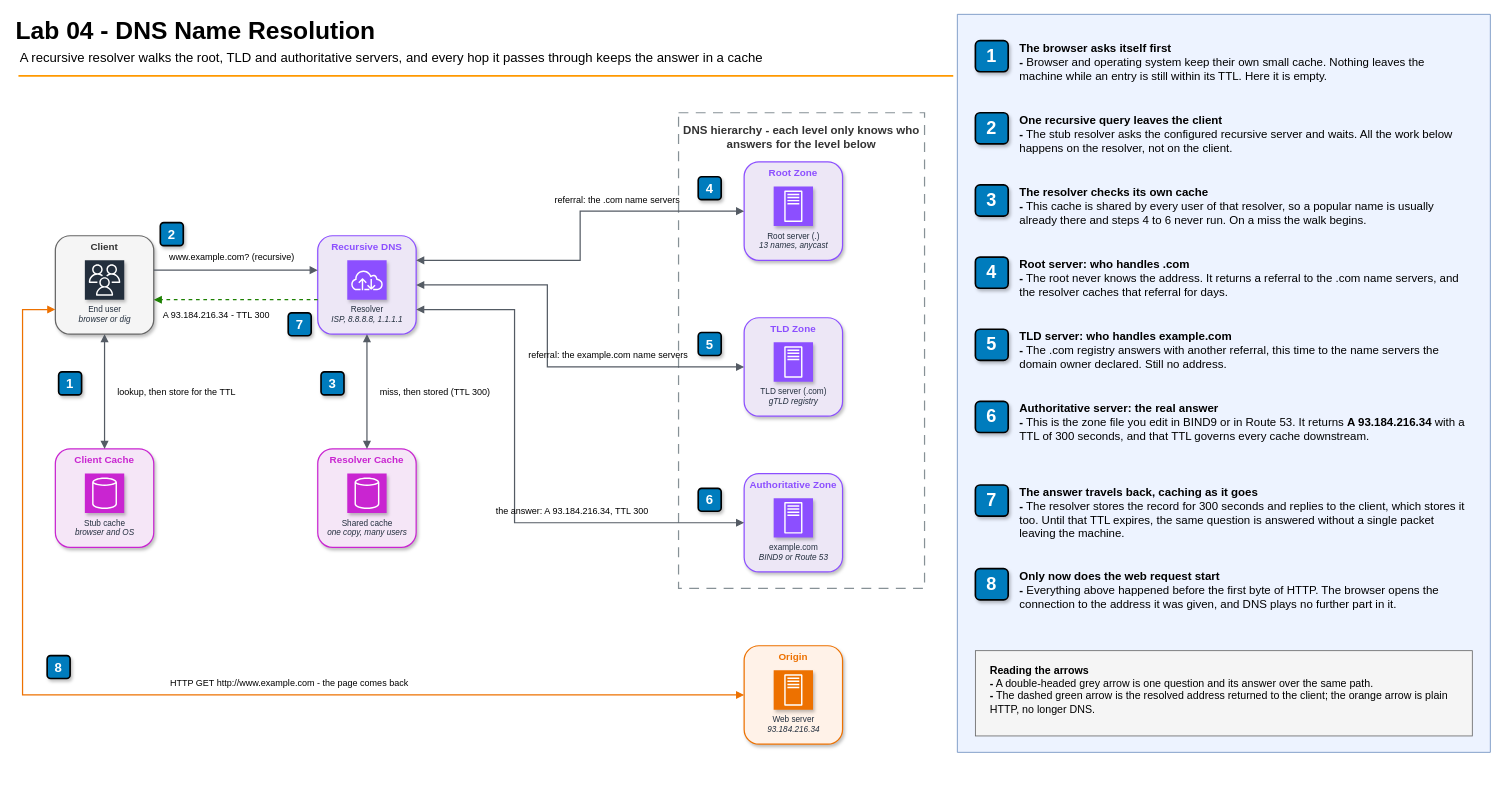
This is 04-dns-dig-bind9/diagrams/lab04-dns-resolution-flow.drawio from gamaware/system-design-course, a draw.io file, before an edit. Source tidied: cells renumbered, new cells numbered last; positions are measured from the earlier drawing's top-left corner, leaving out a move shared by most shapes. Both pictures are drawn from the tidied source at 82%, with x=0, y=0 at pixel (14, 14).
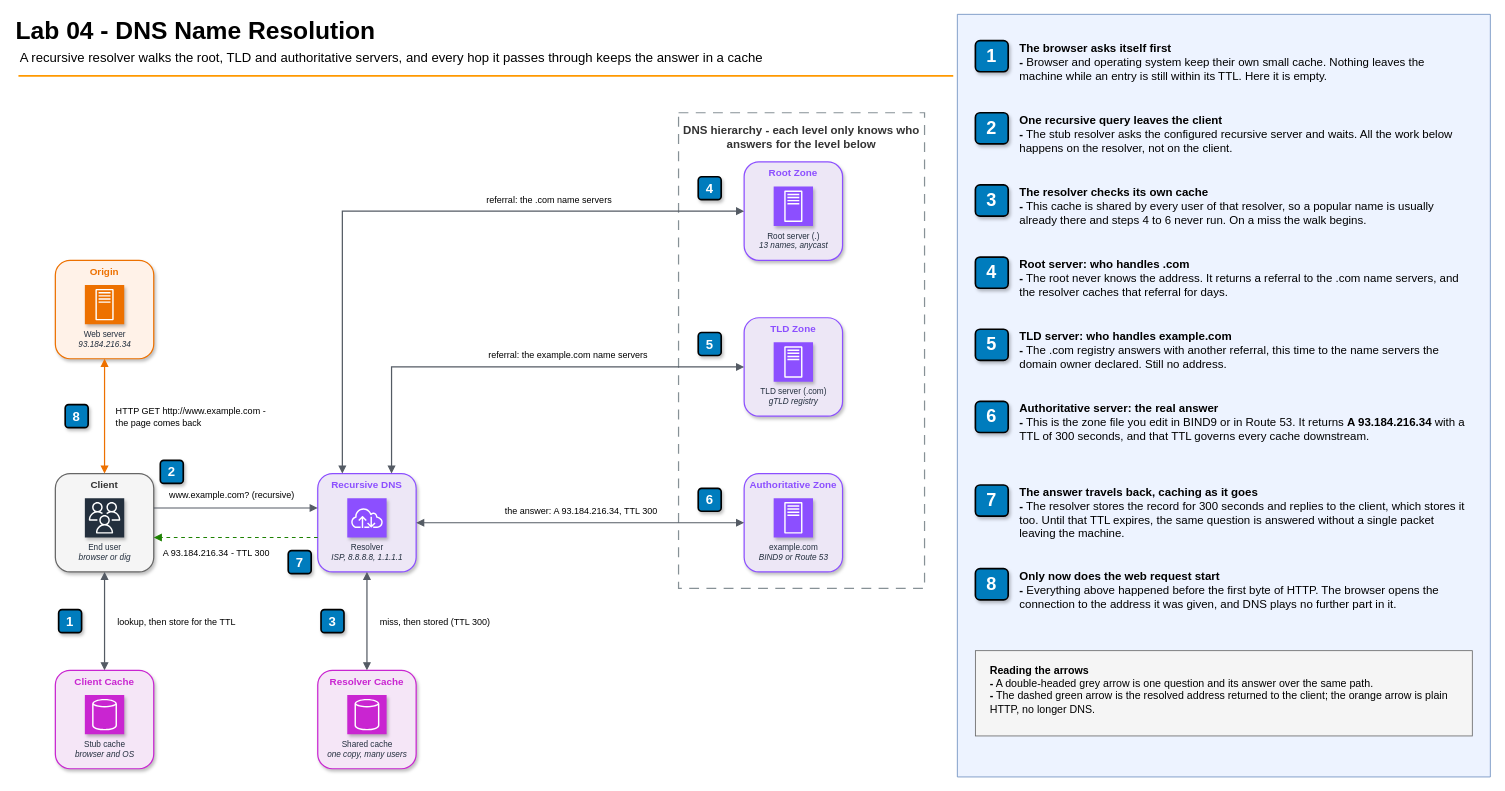
After the change.

Unchanged cells that the change refers to:
```xml
<mxCell id="15" value="Root Zone" style="rounded=1;html=1;whiteSpace=wrap;fillColor=#EDE7F6;strokeColor=#8C4FFF;verticalAlign=top;align=center;fontStyle=1;fontSize=12;fontColor=#8C4FFF;shadow=1;strokeWidth=1.5;fontFamily=Helvetica;" parent="1" vertex="1">
  <mxGeometry x="890" y="180" width="120" height="120" as="geometry" />
</mxCell>
<mxCell id="17" value="TLD Zone" style="rounded=1;html=1;whiteSpace=wrap;fillColor=#EDE7F6;strokeColor=#8C4FFF;verticalAlign=top;align=center;fontStyle=1;fontSize=12;fontColor=#8C4FFF;shadow=1;strokeWidth=1.5;fontFamily=Helvetica;" parent="1" vertex="1">
  <mxGeometry x="890" y="370" width="120" height="120" as="geometry" />
</mxCell>
<mxCell id="19" value="Authoritative Zone" style="rounded=1;html=1;whiteSpace=wrap;fillColor=#EDE7F6;strokeColor=#8C4FFF;verticalAlign=top;align=center;fontStyle=1;fontSize=12;fontColor=#8C4FFF;shadow=1;strokeWidth=1.5;fontFamily=Helvetica;" parent="1" vertex="1">
  <mxGeometry x="890" y="560" width="120" height="120" as="geometry" />
</mxCell>
```

Diff of the diagram source:
```diff
@@
     <mxCell id="7" value="Client" style="rounded=1;html=1;whiteSpace=wrap;fillColor=#f5f5f5;strokeColor=light-dark(#666666,#D4D4D4);verticalAlign=top;align=center;fontStyle=1;fontSize=12;fontColor=#333333;shadow=1;strokeWidth=1.5;fontFamily=Helvetica;" parent="1" vertex="1">
-      <mxGeometry x="50" y="270" width="120" height="120" as="geometry" />
+      <mxGeometry x="50" y="560" width="120" height="120" as="geometry" />
     </mxCell>
@@
     <mxCell id="9" value="Client Cache" style="rounded=1;html=1;whiteSpace=wrap;fillColor=#F5E6F7;strokeColor=#C925D1;verticalAlign=top;align=center;fontStyle=1;fontSize=12;fontColor=#C925D1;shadow=1;strokeWidth=1.5;fontFamily=Helvetica;" parent="1" vertex="1">
-      <mxGeometry x="50" y="530" width="120" height="120" as="geometry" />
+      <mxGeometry x="50" y="800" width="120" height="120" as="geometry" />
     </mxCell>
@@
     <mxCell id="11" value="Recursive DNS" style="rounded=1;html=1;whiteSpace=wrap;fillColor=#EDE7F6;strokeColor=#8C4FFF;verticalAlign=top;align=center;fontStyle=1;fontSize=12;fontColor=#8C4FFF;shadow=1;strokeWidth=1.5;fontFamily=Helvetica;" parent="1" vertex="1">
-      <mxGeometry x="370" y="270" width="120" height="120" as="geometry" />
+      <mxGeometry x="370" y="560" width="120" height="120" as="geometry" />
     </mxCell>
@@
     <mxCell id="13" value="Resolver Cache" style="rounded=1;html=1;whiteSpace=wrap;fillColor=#F5E6F7;strokeColor=#C925D1;verticalAlign=top;align=center;fontStyle=1;fontSize=12;fontColor=#C925D1;shadow=1;strokeWidth=1.5;fontFamily=Helvetica;" parent="1" vertex="1">
-      <mxGeometry x="370" y="530" width="120" height="120" as="geometry" />
+      <mxGeometry x="370" y="800" width="120" height="120" as="geometry" />
     </mxCell>
@@
     <mxCell id="21" value="Origin" style="rounded=1;html=1;whiteSpace=wrap;fillColor=#FFF2E8;strokeColor=#ED7100;verticalAlign=top;align=center;fontStyle=1;fontSize=12;fontColor=#ED7100;shadow=1;strokeWidth=1.5;fontFamily=Helvetica;" parent="1" vertex="1">
-      <mxGeometry x="890" y="770" width="120" height="120" as="geometry" />
+      <mxGeometry x="50" y="300" width="120" height="120" as="geometry" />
     </mxCell>
@@
-    <mxCell id="23" style="edgeStyle=orthogonalEdgeStyle;html=1;rounded=0;endArrow=block;endFill=1;startArrow=block;startFill=1;strokeColor=#545B64;strokeWidth=1.5;exitX=0.5;exitY=1;exitDx=0;exitDy=0;entryX=0.5;entryY=0;entryDx=0;entryDy=0;fontFamily=Helvetica;" parent="1" edge="1" source="7" target="9">
+    <mxCell id="23" style="edgeStyle=orthogonalEdgeStyle;rounded=0;jettySize=auto;html=1;strokeColor=#545B64;strokeWidth=1.5;endArrow=block;endFill=1;fontFamily=Helvetica;fontSize=11;jumpStyle=arc;jumpSize=10;labelBackgroundColor=default;startArrow=block;startFill=1;exitX=0.5;exitY=1;exitDx=0;exitDy=0;entryX=0.5;entryY=0;entryDx=0;entryDy=0;" parent="1" edge="1" source="7" target="9">
       <mxGeometry relative="1" as="geometry" />
     </mxCell>
-    <mxCell id="24" value="lookup, then store for the TTL" style="edgeLabel;html=1;align=left;verticalAlign=middle;labelBackgroundColor=none;fontSize=11;fontFamily=Helvetica;" parent="23" vertex="1">
+    <mxCell id="24" value="lookup, then store for the TTL" style="edgeLabel;html=1;align=left;verticalAlign=middle;labelBackgroundColor=default;fontSize=11;fontFamily=Helvetica;" parent="23" vertex="1">
       <mxGeometry relative="1" as="geometry">
         <mxPoint x="14" as="offset" />
       </mxGeometry>
     </mxCell>
-    <mxCell id="25" style="edgeStyle=orthogonalEdgeStyle;html=1;rounded=0;endArrow=block;endFill=1;startArrow=none;strokeColor=#545B64;strokeWidth=1.5;exitX=1;exitY=0.35;exitDx=0;exitDy=0;entryX=0;entryY=0.35;entryDx=0;entryDy=0;fontFamily=Helvetica;" parent="1" edge="1" source="7" target="11">
+    <mxCell id="25" style="edgeStyle=orthogonalEdgeStyle;rounded=0;jettySize=auto;html=1;strokeColor=#545B64;strokeWidth=1.5;endArrow=block;endFill=1;fontFamily=Helvetica;fontSize=11;jumpStyle=arc;jumpSize=10;labelBackgroundColor=default;startArrow=none;exitX=1;exitY=0.35;exitDx=0;exitDy=0;entryX=0;entryY=0.35;entryDx=0;entryDy=0;" parent="1" edge="1" source="7" target="11">
       <mxGeometry relative="1" as="geometry" />
     </mxCell>
-    <mxCell id="26" value="www.example.com? (recursive)" style="edgeLabel;html=1;align=center;verticalAlign=bottom;labelBackgroundColor=none;fontSize=11;fontFamily=Helvetica;" parent="25" vertex="1">
+    <mxCell id="26" value="www.example.com? (recursive)" style="edgeLabel;html=1;align=center;verticalAlign=bottom;labelBackgroundColor=default;fontSize=11;fontFamily=Helvetica;" parent="25" vertex="1">
       <mxGeometry relative="1" as="geometry">
         <mxPoint x="-6" y="-8" as="offset" />
       </mxGeometry>
     </mxCell>
-    <mxCell id="27" style="edgeStyle=orthogonalEdgeStyle;html=1;rounded=0;endArrow=block;endFill=1;startArrow=none;strokeColor=#1D8102;strokeWidth=1.5;dashed=1;exitX=0;exitY=0.65;exitDx=0;exitDy=0;entryX=1;entryY=0.65;entryDx=0;entryDy=0;fontFamily=Helvetica;" parent="1" edge="1" source="11" target="7">
+    <mxCell id="27" style="edgeStyle=orthogonalEdgeStyle;rounded=0;jettySize=auto;html=1;strokeColor=#1D8102;strokeWidth=1.5;endArrow=block;endFill=1;fontFamily=Helvetica;fontSize=11;jumpStyle=arc;jumpSize=10;labelBackgroundColor=default;dashed=1;startArrow=none;exitX=0;exitY=0.65;exitDx=0;exitDy=0;entryX=1;entryY=0.65;entryDx=0;entryDy=0;" parent="1" edge="1" source="11" target="7">
       <mxGeometry relative="1" as="geometry" />
     </mxCell>
-    <mxCell id="28" value="A 93.184.216.34 - TTL 300" style="edgeLabel;html=1;align=center;verticalAlign=top;labelBackgroundColor=none;fontSize=11;fontFamily=Helvetica;" parent="27" vertex="1">
+    <mxCell id="28" value="A 93.184.216.34 - TTL 300" style="edgeLabel;html=1;align=center;verticalAlign=top;labelBackgroundColor=default;fontSize=11;fontFamily=Helvetica;" parent="27" vertex="1">
       <mxGeometry x="0.25" relative="1" as="geometry">
         <mxPoint y="6" as="offset" />
       </mxGeometry>
     </mxCell>
-    <mxCell id="29" style="edgeStyle=orthogonalEdgeStyle;html=1;rounded=0;endArrow=block;endFill=1;startArrow=block;startFill=1;strokeColor=#545B64;strokeWidth=1.5;exitX=0.5;exitY=1;exitDx=0;exitDy=0;entryX=0.5;entryY=0;entryDx=0;entryDy=0;fontFamily=Helvetica;" parent="1" edge="1" source="11" target="13">
+    <mxCell id="29" style="edgeStyle=orthogonalEdgeStyle;rounded=0;jettySize=auto;html=1;strokeColor=#545B64;strokeWidth=1.5;endArrow=block;endFill=1;fontFamily=Helvetica;fontSize=11;jumpStyle=arc;jumpSize=10;labelBackgroundColor=default;startArrow=block;startFill=1;exitX=0.5;exitY=1;exitDx=0;exitDy=0;entryX=0.5;entryY=0;entryDx=0;entryDy=0;" parent="1" edge="1" source="11" target="13">
       <mxGeometry relative="1" as="geometry" />
     </mxCell>
-    <mxCell id="30" value="miss, then stored (TTL 300)" style="edgeLabel;html=1;align=left;verticalAlign=middle;labelBackgroundColor=none;fontSize=11;fontFamily=Helvetica;" parent="29" vertex="1">
+    <mxCell id="30" value="miss, then stored (TTL 300)" style="edgeLabel;html=1;align=left;verticalAlign=middle;labelBackgroundColor=default;fontSize=11;fontFamily=Helvetica;" parent="29" vertex="1">
       <mxGeometry relative="1" as="geometry">
         <mxPoint x="14" as="offset" />
       </mxGeometry>
     </mxCell>
-    <mxCell id="31" style="edgeStyle=orthogonalEdgeStyle;html=1;rounded=0;endArrow=block;endFill=1;startArrow=block;startFill=1;strokeColor=#545B64;strokeWidth=1.5;exitX=1;exitY=0.25;exitDx=0;exitDy=0;entryX=0;entryY=0.5;entryDx=0;entryDy=0;fontFamily=Helvetica;" parent="1" edge="1" source="11" target="15">
-      <mxGeometry relative="1" as="geometry">
-        <Array as="points">
-          <mxPoint x="690" y="300" />
-          <mxPoint x="690" y="240" />
-        </Array>
-      </mxGeometry>
+    <mxCell id="31" style="edgeStyle=orthogonalEdgeStyle;rounded=0;jettySize=auto;html=1;strokeColor=#545B64;strokeWidth=1.5;endArrow=block;endFill=1;fontFamily=Helvetica;fontSize=11;jumpStyle=arc;jumpSize=10;labelBackgroundColor=default;startArrow=block;startFill=1;exitX=0.25;exitY=0;exitDx=0;exitDy=0;entryX=0;entryY=0.5;entryDx=0;entryDy=0;" parent="1" edge="1" source="11" target="15">
+      <mxGeometry relative="1" as="geometry" />
     </mxCell>
-    <mxCell id="32" value="referral: the .com name servers" style="edgeLabel;html=1;align=center;verticalAlign=bottom;labelBackgroundColor=none;fontSize=11;fontFamily=Helvetica;" parent="31" vertex="1">
-      <mxGeometry x="0.45" relative="1" as="geometry">
-        <mxPoint x="-30" y="-6" as="offset" />
+    <mxCell id="32" value="referral: the .com name servers" style="edgeLabel;html=1;align=center;verticalAlign=bottom;labelBackgroundColor=default;fontSize=11;fontFamily=Helvetica;" parent="31" vertex="1">
+      <mxGeometry x="0.41" relative="1" as="geometry">
+        <mxPoint y="-6" as="offset" />
       </mxGeometry>
     </mxCell>
-    <mxCell id="33" style="edgeStyle=orthogonalEdgeStyle;html=1;rounded=0;endArrow=block;endFill=1;startArrow=block;startFill=1;strokeColor=#545B64;strokeWidth=1.5;exitX=1;exitY=0.5;exitDx=0;exitDy=0;entryX=0;entryY=0.5;entryDx=0;entryDy=0;fontFamily=Helvetica;" parent="1" edge="1" source="11" target="17">
-      <mxGeometry relative="1" as="geometry">
-        <Array as="points">
-          <mxPoint x="650" y="330" />
-          <mxPoint x="650" y="430" />
-        </Array>
-      </mxGeometry>
+    <mxCell id="33" style="edgeStyle=orthogonalEdgeStyle;rounded=0;jettySize=auto;html=1;strokeColor=#545B64;strokeWidth=1.5;endArrow=block;endFill=1;fontFamily=Helvetica;fontSize=11;jumpStyle=arc;jumpSize=10;labelBackgroundColor=default;startArrow=block;startFill=1;exitX=0.75;exitY=0;exitDx=0;exitDy=0;entryX=0;entryY=0.5;entryDx=0;entryDy=0;" parent="1" edge="1" source="11" target="17">
+      <mxGeometry relative="1" as="geometry" />
     </mxCell>
-    <mxCell id="34" value="referral: the example.com name servers" style="edgeLabel;html=1;align=center;verticalAlign=bottom;labelBackgroundColor=none;fontSize=11;fontFamily=Helvetica;" parent="33" vertex="1">
-      <mxGeometry x="0.45" relative="1" as="geometry">
-        <mxPoint x="-30" y="-6" as="offset" />
+    <mxCell id="34" value="referral: the example.com name servers" style="edgeLabel;html=1;align=center;verticalAlign=bottom;labelBackgroundColor=default;fontSize=11;fontFamily=Helvetica;" parent="33" vertex="1">
+      <mxGeometry x="0.23" relative="1" as="geometry">
+        <mxPoint y="-6" as="offset" />
       </mxGeometry>
     </mxCell>
-    <mxCell id="35" style="edgeStyle=orthogonalEdgeStyle;html=1;rounded=0;endArrow=block;endFill=1;startArrow=block;startFill=1;strokeColor=#545B64;strokeWidth=1.5;exitX=1;exitY=0.75;exitDx=0;exitDy=0;entryX=0;entryY=0.5;entryDx=0;entryDy=0;fontFamily=Helvetica;" parent="1" edge="1" source="11" target="19">
-      <mxGeometry relative="1" as="geometry">
-        <Array as="points">
-          <mxPoint x="610" y="360" />
-          <mxPoint x="610" y="620" />
-        </Array>
-      </mxGeometry>
+    <mxCell id="35" style="edgeStyle=orthogonalEdgeStyle;rounded=0;jettySize=auto;html=1;strokeColor=#545B64;strokeWidth=1.5;endArrow=block;endFill=1;fontFamily=Helvetica;fontSize=11;jumpStyle=arc;jumpSize=10;labelBackgroundColor=default;startArrow=block;startFill=1;exitX=1;exitY=0.5;exitDx=0;exitDy=0;entryX=0;entryY=0.5;entryDx=0;entryDy=0;" parent="1" edge="1" source="11" target="19">
+      <mxGeometry relative="1" as="geometry" />
     </mxCell>
-    <mxCell id="36" value="the answer: A 93.184.216.34, TTL 300" style="edgeLabel;html=1;align=center;verticalAlign=bottom;labelBackgroundColor=none;fontSize=11;fontFamily=Helvetica;" parent="35" vertex="1">
-      <mxGeometry x="0.45" relative="1" as="geometry">
-        <mxPoint x="-30" y="-6" as="offset" />
+    <mxCell id="36" value="the answer: A 93.184.216.34, TTL 300" style="edgeLabel;html=1;align=center;verticalAlign=bottom;labelBackgroundColor=default;fontSize=11;fontFamily=Helvetica;" parent="35" vertex="1">
+      <mxGeometry relative="1" as="geometry">
+        <mxPoint y="-6" as="offset" />
       </mxGeometry>
     </mxCell>
-    <mxCell id="37" style="edgeStyle=orthogonalEdgeStyle;html=1;rounded=0;endArrow=block;endFill=1;startArrow=block;startFill=1;strokeColor=#ED7100;strokeWidth=1.5;exitX=0;exitY=0.75;exitDx=0;exitDy=0;entryX=0;entryY=0.5;entryDx=0;entryDy=0;fontFamily=Helvetica;" parent="1" edge="1" source="7" target="21">
-      <mxGeometry relative="1" as="geometry">
-        <Array as="points">
-          <mxPoint x="10" y="360" />
-          <mxPoint x="10" y="830" />
-        </Array>
-      </mxGeometry>
+    <mxCell id="37" style="edgeStyle=orthogonalEdgeStyle;rounded=0;jettySize=auto;html=1;strokeColor=#ED7100;strokeWidth=1.5;endArrow=block;endFill=1;fontFamily=Helvetica;fontSize=11;jumpStyle=arc;jumpSize=10;labelBackgroundColor=default;startArrow=block;startFill=1;exitX=0.5;exitY=0;exitDx=0;exitDy=0;entryX=0.5;entryY=1;entryDx=0;entryDy=0;" parent="1" edge="1" source="7" target="21">
+      <mxGeometry relative="1" as="geometry" />
     </mxCell>
-    <mxCell id="38" value="HTTP GET http://www.example.com - the page comes back" style="edgeLabel;html=1;align=center;verticalAlign=bottom;labelBackgroundColor=none;fontSize=11;fontFamily=Helvetica;" parent="37" vertex="1">
-      <mxGeometry x="0.2" relative="1" as="geometry">
-        <mxPoint y="-6" as="offset" />
+    <mxCell id="38" value="HTTP GET http://www.example.com -&lt;br&gt;the page comes back" style="edgeLabel;html=1;align=left;verticalAlign=middle;labelBackgroundColor=default;fontSize=11;fontFamily=Helvetica;" parent="37" vertex="1">
+      <mxGeometry relative="1" as="geometry">
+        <mxPoint x="12" as="offset" />
       </mxGeometry>
     </mxCell>
     <mxCell id="39" value="1" style="rounded=1;whiteSpace=wrap;html=1;fillColor=#007CBD;strokeColor=default;fontColor=#FFFFFF;fontStyle=1;fontSize=16;labelBackgroundColor=none;shadow=1;glass=0;strokeWidth=2;fontFamily=Helvetica;" parent="1" vertex="1">
-      <mxGeometry x="54" y="436" width="28" height="28" as="geometry" />
+      <mxGeometry x="54" y="726" width="28" height="28" as="geometry" />
     </mxCell>
     <mxCell id="40" value="2" style="rounded=1;whiteSpace=wrap;html=1;fillColor=#007CBD;strokeColor=default;fontColor=#FFFFFF;fontStyle=1;fontSize=16;labelBackgroundColor=none;shadow=1;glass=0;strokeWidth=2;fontFamily=Helvetica;" parent="1" vertex="1">
-      <mxGeometry x="178" y="254" width="28" height="28" as="geometry" />
+      <mxGeometry x="178" y="544" width="28" height="28" as="geometry" />
     </mxCell>
     <mxCell id="41" value="3" style="rounded=1;whiteSpace=wrap;html=1;fillColor=#007CBD;strokeColor=default;fontColor=#FFFFFF;fontStyle=1;fontSize=16;labelBackgroundColor=none;shadow=1;glass=0;strokeWidth=2;fontFamily=Helvetica;" parent="1" vertex="1">
-      <mxGeometry x="374" y="436" width="28" height="28" as="geometry" />
+      <mxGeometry x="374" y="726" width="28" height="28" as="geometry" />
     </mxCell>
@@
     <mxCell id="45" value="7" style="rounded=1;whiteSpace=wrap;html=1;fillColor=#007CBD;strokeColor=default;fontColor=#FFFFFF;fontStyle=1;fontSize=16;labelBackgroundColor=none;shadow=1;glass=0;strokeWidth=2;fontFamily=Helvetica;" parent="1" vertex="1">
-      <mxGeometry x="334" y="364" width="28" height="28" as="geometry" />
+      <mxGeometry x="334" y="654" width="28" height="28" as="geometry" />
     </mxCell>
     <mxCell id="46" value="8" style="rounded=1;whiteSpace=wrap;html=1;fillColor=#007CBD;strokeColor=default;fontColor=#FFFFFF;fontStyle=1;fontSize=16;labelBackgroundColor=none;shadow=1;glass=0;strokeWidth=2;fontFamily=Helvetica;" parent="1" vertex="1">
-      <mxGeometry x="40" y="782" width="28" height="28" as="geometry" />
+      <mxGeometry x="62" y="476" width="28" height="28" as="geometry" />
     </mxCell>
     <mxCell id="47" style="verticalLabelPosition=bottom;verticalAlign=top;html=1;shape=mxgraph.basic.rect;fillColor2=none;strokeWidth=1;size=20;indent=5;fillColor=light-dark(#EDF3FF,#305363);strokeColor=#6c8ebf;fontFamily=Helvetica;" parent="1" vertex="1">
-      <mxGeometry x="1150" width="650" height="900" as="geometry" />
+      <mxGeometry x="1150" width="650" height="930" as="geometry" />
     </mxCell>
```
